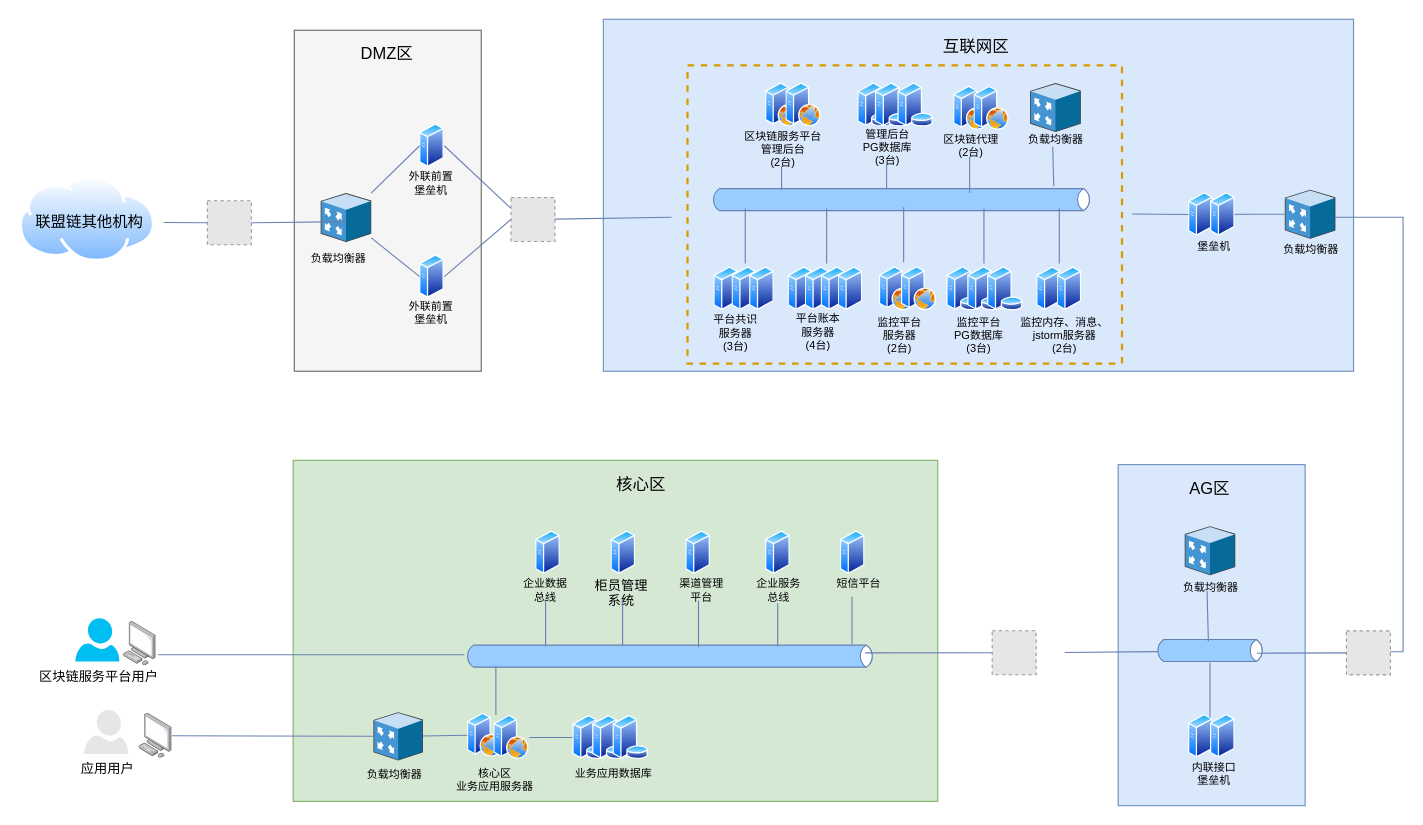
The draw.io diagram repository/drawio/postb/联盟链部署全局视图_new.drawio in dilide/collections, before the edit. Source tidied: cells renumbered, new cells numbered last; positions are measured from the earlier drawing's top-left corner, leaving out a move shared by most shapes. Both pictures are drawn from the tidied source at 110%, with x=0, y=0 at pixel (19, 19). Pictures stored in the file or linked from it are replaced by grey dashed boxes.
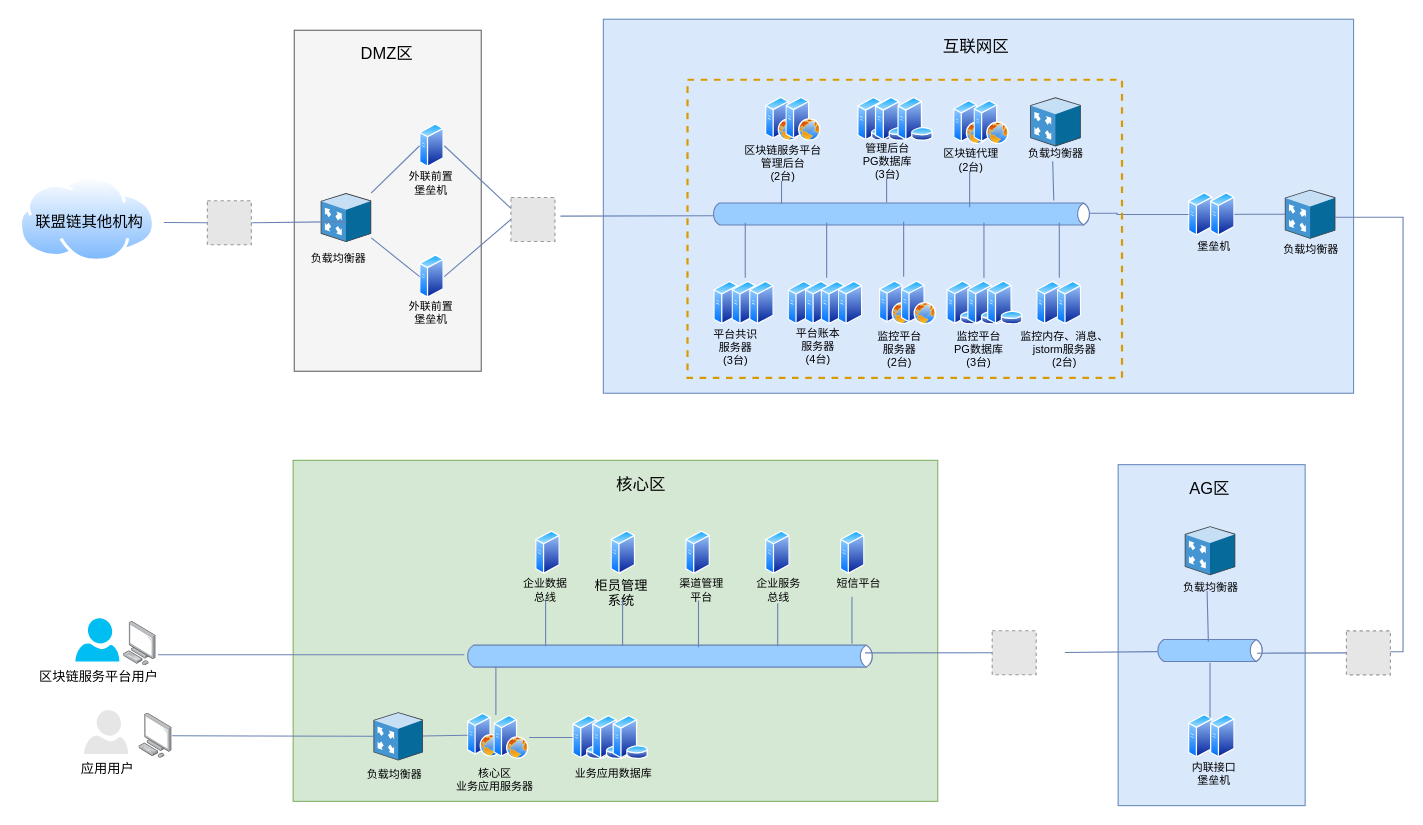
After the change.

Commit message (it also covers changes not shown here):
Update 联盟链部署全局视图_new.drawio

Unchanged cells that the change refers to:
```xml
<mxCell id="10" style="fillColor=#E6E6E6;strokeColor=#999999;dashed=1;html=1;verticalAlign=top;verticalLabelPosition=bottom;labelBackgroundColor=#ffffff;fontSize=12;align=center;" parent="1" vertex="1">
  <mxGeometry x="447" y="162" width="40" height="40" as="geometry" />
</mxCell>
<mxCell id="81" style="perimeter=ellipsePerimeter;html=1;align=center;shadow=0;dashed=0;spacingTop=3;image;image=img/lib/active_directory/generic_server.svg;strokeColor=#6881B3;strokeWidth=1;fillColor=#99CCFF;fontSize=8;" parent="80" vertex="1">
  <mxGeometry width="22.4" height="40" as="geometry" />
</mxCell>
```

What changed in the source:
```diff
@@
     <mxCell id="2" style="rounded=0;whiteSpace=wrap;html=1;strokeColor=#6c8ebf;strokeWidth=1;fillColor=#dae8fc;fontSize=12;align=center;" parent="1" vertex="1">
-      <mxGeometry x="531" width="682" height="320" as="geometry" />
+      <mxGeometry x="531" width="682" height="340" as="geometry" />
     </mxCell>
@@
-    <mxCell id="12" style="endArrow=none;html=1;strokeColor=#6881B3;strokeWidth=1;fontSize=12;" parent="1" edge="1" source="10">
+    <mxCell id="12" style="endArrow=none;html=1;strokeColor=#6881B3;strokeWidth=1;fontSize=12;entryX=0.009;entryY=0.667;entryDx=0;entryDy=0;entryPerimeter=0;" parent="1" edge="1" target="88">
       <mxGeometry relative="1" as="geometry">
-        <mxPoint x="593" y="180" as="targetPoint" />
+        <mxPoint x="492" y="179" as="sourcePoint" />
       </mxGeometry>
     </mxCell>
@@
-    <mxCell id="84" style="edgeStyle=orthogonalEdgeStyle;rounded=0;jettySize=auto;html=1;exitX=0;exitY=0.5;exitDx=0;exitDy=0;entryX=0.985;entryY=0.2;entryDx=0;entryDy=0;entryPerimeter=0;endArrow=none;endFill=0;strokeColor=#6881B3;fontSize=10;" parent="1" edge="1" source="81">
+    <mxCell id="84" style="edgeStyle=orthogonalEdgeStyle;rounded=0;jettySize=auto;html=1;exitX=0;exitY=0.5;exitDx=0;exitDy=0;endArrow=none;endFill=0;strokeColor=#6881B3;fontSize=10;entryX=0.984;entryY=0.433;entryDx=0;entryDy=0;entryPerimeter=0;" parent="1" edge="1" source="81" target="88">
       <mxGeometry relative="1" as="geometry">
-        <mxPoint x="1011.7" y="177" as="targetPoint" />
+        <Array as="points">
+          <mxPoint x="998" y="177" />
+          <mxPoint x="998" y="177" />
+        </Array>
       </mxGeometry>
     </mxCell>
@@
     <mxCell id="87" style="rounded=0;whiteSpace=wrap;html=1;fillColor=none;fontSize=10;dashed=1;strokeColor=#d79b00;strokeWidth=2;" parent="1" vertex="1">
-      <mxGeometry x="607.5" y="42" width="395" height="271" as="geometry" />
+      <mxGeometry x="607.5" y="55" width="395" height="271" as="geometry" />
     </mxCell>
     <mxCell id="88" style="html=1;fillColor=#99CCFF;strokeColor=#6881B3;gradientColor=none;gradientDirection=north;strokeWidth=1;shape=mxgraph.networks.bus;gradientColor=none;gradientDirection=north;fontColor=#ffffff;perimeter=backbonePerimeter;backboneSize=20;align=center;fontSize=12;" parent="1" vertex="1">
-      <mxGeometry x="628.5" y="159" width="347" height="10" as="geometry" />
+      <mxGeometry x="628.5" y="172" width="347" height="10" as="geometry" />
     </mxCell>
     <mxCell id="89" style="strokeColor=#6881B3;edgeStyle=none;rounded=0;endArrow=none;html=1;strokeWidth=1;fontSize=12;" parent="1" edge="1">
       <mxGeometry relative="1" as="geometry">
-        <mxPoint x="693" y="112" as="sourcePoint" />
-        <mxPoint x="693" y="154.9" as="targetPoint" />
+        <mxPoint x="693" y="125" as="sourcePoint" />
+        <mxPoint x="693" y="167.9" as="targetPoint" />
       </mxGeometry>
     </mxCell>
     <mxCell id="90" style="strokeColor=#6881B3;edgeStyle=none;rounded=0;endArrow=none;html=1;strokeWidth=1;fontSize=12;" parent="1" edge="1">
       <mxGeometry relative="1" as="geometry">
-        <mxPoint x="788.5" y="111.5" as="sourcePoint" />
-        <mxPoint x="788.5" y="153.7" as="targetPoint" />
+        <mxPoint x="788.5" y="124.5" as="sourcePoint" />
+        <mxPoint x="788.5" y="166.7" as="targetPoint" />
       </mxGeometry>
     </mxCell>
     <mxCell id="91" style="strokeColor=#6881B3;edgeStyle=none;rounded=0;endArrow=none;html=1;strokeWidth=1;fontSize=12;" parent="1" edge="1">
       <mxGeometry relative="1" as="geometry">
-        <mxPoint x="660" y="222" as="sourcePoint" />
-        <mxPoint x="660" y="172" as="targetPoint" />
+        <mxPoint x="660" y="235" as="sourcePoint" />
+        <mxPoint x="660" y="185" as="targetPoint" />
       </mxGeometry>
     </mxCell>
     <mxCell id="92" value="区块链服务平台&lt;br&gt;管理后台&lt;br&gt;(2台)" style="text;html=1;align=center;verticalAlign=top;spacingTop=-4;fontSize=10;fillColor=#DAE8FC;" parent="1" vertex="1">
-      <mxGeometry x="654" y="98" width="80" height="36" as="geometry" />
+      <mxGeometry x="654" y="111" width="80" height="36" as="geometry" />
     </mxCell>
     <mxCell id="93" value="平台共识&lt;br&gt;服务器&lt;br&gt;(3台)" style="text;html=1;align=center;verticalAlign=top;spacingTop=-4;fontSize=10;" parent="1" vertex="1">
-      <mxGeometry x="625.5" y="265" width="50" height="36" as="geometry" />
+      <mxGeometry x="625.5" y="278" width="50" height="36" as="geometry" />
     </mxCell>
     <mxCell id="94" style="perimeter=ellipsePerimeter;html=1;align=center;shadow=0;dashed=0;spacingTop=3;image;image=img/lib/active_directory/generic_server.svg;strokeColor=#6881B3;strokeWidth=1;fillColor=#99CCFF;fontSize=8;" parent="1" vertex="1">
-      <mxGeometry x="631.5" y="225" width="22.4" height="40" as="geometry" />
+      <mxGeometry x="631.5" y="238" width="22.4" height="40" as="geometry" />
     </mxCell>
     <mxCell id="95" value="平台账本&lt;br&gt;服务器&lt;br&gt;(4台)" style="text;html=1;align=center;verticalAlign=top;spacingTop=-4;fontSize=10;" parent="1" vertex="1">
-      <mxGeometry x="700.5" y="264" width="50" height="36" as="geometry" />
+      <mxGeometry x="700.5" y="277" width="50" height="36" as="geometry" />
     </mxCell>
     <mxCell id="96" style="perimeter=ellipsePerimeter;html=1;align=center;shadow=0;dashed=0;spacingTop=3;image;image=img/lib/active_directory/web_server.svg;strokeColor=#6881B3;strokeWidth=1;fillColor=#99CCFF;fontSize=12;" parent="1" vertex="1">
-      <mxGeometry x="678.5" y="58" width="32" height="40" as="geometry" />
+      <mxGeometry x="678.5" y="71" width="32" height="40" as="geometry" />
     </mxCell>
     <mxCell id="97" style="perimeter=ellipsePerimeter;html=1;align=center;shadow=0;dashed=0;spacingTop=3;image;image=img/lib/active_directory/web_server.svg;strokeColor=#6881B3;strokeWidth=1;fillColor=#99CCFF;fontSize=12;" parent="1" vertex="1">
-      <mxGeometry x="697" y="58" width="32" height="40" as="geometry" />
+      <mxGeometry x="697" y="71" width="32" height="40" as="geometry" />
     </mxCell>
     <mxCell id="98" style="perimeter=ellipsePerimeter;html=1;align=center;shadow=0;dashed=0;spacingTop=3;image;image=img/lib/active_directory/database_server.svg;strokeColor=#6881B3;strokeWidth=1;fillColor=#99CCFF;fontSize=8;" parent="1" vertex="1">
-      <mxGeometry x="762" y="58" width="32.8" height="40" as="geometry" />
+      <mxGeometry x="762" y="71" width="32.8" height="40" as="geometry" />
     </mxCell>
     <mxCell id="99" value="管理后台&lt;br style=&quot;font-size: 10px&quot;&gt;PG数据库&lt;br&gt;(3台)" style="text;html=1;align=center;verticalAlign=top;spacingTop=-4;fillColor=#DAE8FC;fontSize=10;" parent="1" vertex="1">
-      <mxGeometry x="762" y="96" width="54" height="36" as="geometry" />
+      <mxGeometry x="762" y="109" width="54" height="36" as="geometry" />
     </mxCell>
     <mxCell id="100" style="perimeter=ellipsePerimeter;html=1;align=center;shadow=0;dashed=0;spacingTop=3;image;image=img/lib/active_directory/database_server.svg;strokeColor=#6881B3;strokeWidth=1;fillColor=#99CCFF;fontSize=8;" parent="1" vertex="1">
-      <mxGeometry x="778" y="58" width="32.8" height="40" as="geometry" />
+      <mxGeometry x="778" y="71" width="32.8" height="40" as="geometry" />
     </mxCell>
     <mxCell id="101" style="perimeter=ellipsePerimeter;html=1;align=center;shadow=0;dashed=0;spacingTop=3;image;image=img/lib/active_directory/database_server.svg;strokeColor=#6881B3;strokeWidth=1;fillColor=#99CCFF;fontSize=8;" parent="1" vertex="1">
-      <mxGeometry x="798.5" y="58" width="32.8" height="40" as="geometry" />
+      <mxGeometry x="798.5" y="71" width="32.8" height="40" as="geometry" />
     </mxCell>
     <mxCell id="102" style="perimeter=ellipsePerimeter;html=1;align=center;shadow=0;dashed=0;spacingTop=3;image;image=img/lib/active_directory/generic_server.svg;strokeColor=#6881B3;strokeWidth=1;fillColor=#99CCFF;fontSize=8;" parent="1" vertex="1">
-      <mxGeometry x="648" y="225" width="22.4" height="40" as="geometry" />
+      <mxGeometry x="648" y="238" width="22.4" height="40" as="geometry" />
     </mxCell>
     <mxCell id="103" style="strokeColor=#6881B3;edgeStyle=none;rounded=0;endArrow=none;html=1;strokeWidth=1;fontSize=12;" parent="1" edge="1">
       <mxGeometry relative="1" as="geometry">
-        <mxPoint x="734" y="222" as="sourcePoint" />
-        <mxPoint x="734" y="172" as="targetPoint" />
+        <mxPoint x="734" y="235" as="sourcePoint" />
+        <mxPoint x="734" y="185" as="targetPoint" />
       </mxGeometry>
     </mxCell>
     <mxCell id="104" style="perimeter=ellipsePerimeter;html=1;align=center;shadow=0;dashed=0;spacingTop=3;image;image=img/lib/active_directory/generic_server.svg;strokeColor=#6881B3;strokeWidth=1;fillColor=#99CCFF;fontSize=8;" parent="1" vertex="1">
-      <mxGeometry x="664" y="225" width="22.4" height="40" as="geometry" />
+      <mxGeometry x="664" y="238" width="22.4" height="40" as="geometry" />
     </mxCell>
     <mxCell id="105" style="perimeter=ellipsePerimeter;html=1;align=center;shadow=0;dashed=0;spacingTop=3;image;image=img/lib/active_directory/generic_server.svg;strokeColor=#6881B3;strokeWidth=1;fillColor=#99CCFF;fontSize=8;" parent="1" vertex="1">
-      <mxGeometry x="699" y="225" width="22.4" height="40" as="geometry" />
+      <mxGeometry x="699" y="238" width="22.4" height="40" as="geometry" />
     </mxCell>
     <mxCell id="106" style="strokeColor=#6881B3;edgeStyle=none;rounded=0;endArrow=none;html=1;strokeWidth=1;fontSize=12;" parent="1" edge="1">
       <mxGeometry relative="1" as="geometry">
-        <mxPoint x="804" y="221" as="sourcePoint" />
-        <mxPoint x="804" y="171" as="targetPoint" />
+        <mxPoint x="804" y="234" as="sourcePoint" />
+        <mxPoint x="804" y="184" as="targetPoint" />
         <Array as="points">
-          <mxPoint x="804" y="201" />
+          <mxPoint x="804" y="214" />
         </Array>
       </mxGeometry>
     </mxCell>
     <mxCell id="107" style="perimeter=ellipsePerimeter;html=1;align=center;shadow=0;dashed=0;spacingTop=3;image;image=img/lib/active_directory/generic_server.svg;strokeColor=#6881B3;strokeWidth=1;fillColor=#99CCFF;fontSize=8;" parent="1" vertex="1">
-      <mxGeometry x="714.5" y="225" width="22.4" height="40" as="geometry" />
+      <mxGeometry x="714.5" y="238" width="22.4" height="40" as="geometry" />
     </mxCell>
     <mxCell id="108" style="strokeColor=#6881B3;edgeStyle=none;rounded=0;endArrow=none;html=1;strokeWidth=1;fontSize=12;" parent="1" edge="1">
       <mxGeometry relative="1" as="geometry">
-        <mxPoint x="877" y="222" as="sourcePoint" />
-        <mxPoint x="877" y="172" as="targetPoint" />
+        <mxPoint x="877" y="235" as="sourcePoint" />
+        <mxPoint x="877" y="185" as="targetPoint" />
         <Array as="points">
-          <mxPoint x="877" y="202" />
+          <mxPoint x="877" y="215" />
         </Array>
       </mxGeometry>
     </mxCell>
     <mxCell id="109" style="perimeter=ellipsePerimeter;html=1;align=center;shadow=0;dashed=0;spacingTop=3;image;image=img/lib/active_directory/generic_server.svg;strokeColor=#6881B3;strokeWidth=1;fillColor=#99CCFF;fontSize=8;" parent="1" vertex="1">
-      <mxGeometry x="729" y="225" width="22.4" height="40" as="geometry" />
+      <mxGeometry x="729" y="238" width="22.4" height="40" as="geometry" />
     </mxCell>
     <mxCell id="110" style="strokeColor=#6881B3;edgeStyle=none;rounded=0;endArrow=none;html=1;strokeWidth=1;fontSize=12;" parent="1" edge="1">
       <mxGeometry relative="1" as="geometry">
-        <mxPoint x="945.5" y="222" as="sourcePoint" />
-        <mxPoint x="945.5" y="172" as="targetPoint" />
+        <mxPoint x="945.5" y="235" as="sourcePoint" />
+        <mxPoint x="945.5" y="185" as="targetPoint" />
         <Array as="points">
-          <mxPoint x="945.5" y="202" />
+          <mxPoint x="945.5" y="215" />
         </Array>
       </mxGeometry>
     </mxCell>
     <mxCell id="111" style="perimeter=ellipsePerimeter;html=1;align=center;shadow=0;dashed=0;spacingTop=3;image;image=img/lib/active_directory/generic_server.svg;strokeColor=#6881B3;strokeWidth=1;fillColor=#99CCFF;fontSize=8;" parent="1" vertex="1">
-      <mxGeometry x="744.5" y="225" width="22.4" height="40" as="geometry" />
+      <mxGeometry x="744.5" y="238" width="22.4" height="40" as="geometry" />
     </mxCell>
     <mxCell id="112" style="shadow=0;dashed=0;html=1;labelPosition=center;verticalLabelPosition=bottom;verticalAlign=top;align=center;shape=mxgraph.veeam.3d.proxy_appliance;direction=east;" parent="1" vertex="1">
-      <mxGeometry x="919" y="58" width="46" height="44.6" as="geometry" />
+      <mxGeometry x="919" y="71" width="46" height="44.6" as="geometry" />
     </mxCell>
     <mxCell id="113" value="负载均衡器" style="text;html=1;align=center;verticalAlign=top;spacingTop=-4;fontSize=10;" parent="1" vertex="1">
-      <mxGeometry x="912" y="101" width="60" height="10" as="geometry" />
+      <mxGeometry x="912" y="114" width="60" height="10" as="geometry" />
     </mxCell>
     <mxCell id="114" style="endArrow=none;html=1;strokeColor=#6881B3;strokeWidth=1;fontSize=8;exitX=0.485;exitY=-0.318;exitDx=0;exitDy=0;exitPerimeter=0;" parent="1" edge="1">
       <mxGeometry relative="1" as="geometry">
-        <mxPoint x="940.5" y="151.8" as="sourcePoint" />
-        <mxPoint x="939.5" y="116" as="targetPoint" />
+        <mxPoint x="940.5" y="164.8" as="sourcePoint" />
+        <mxPoint x="939.5" y="129" as="targetPoint" />
       </mxGeometry>
     </mxCell>
     <mxCell id="115" style="perimeter=ellipsePerimeter;html=1;align=center;shadow=0;dashed=0;spacingTop=3;image;image=img/lib/active_directory/web_server.svg;strokeColor=#6881B3;strokeWidth=1;fillColor=#99CCFF;fontSize=12;" parent="1" vertex="1">
-      <mxGeometry x="782" y="225" width="32" height="40" as="geometry" />
+      <mxGeometry x="782" y="238" width="32" height="40" as="geometry" />
     </mxCell>
     <mxCell id="116" style="perimeter=ellipsePerimeter;html=1;align=center;shadow=0;dashed=0;spacingTop=3;image;image=img/lib/active_directory/web_server.svg;strokeColor=#6881B3;strokeWidth=1;fillColor=#99CCFF;fontSize=12;" parent="1" vertex="1">
-      <mxGeometry x="802" y="225" width="32" height="40" as="geometry" />
+      <mxGeometry x="802" y="238" width="32" height="40" as="geometry" />
     </mxCell>
     <mxCell id="117" value="监控平台&lt;br&gt;服务器&lt;br&gt;(2台)" style="text;html=1;align=center;verticalAlign=top;spacingTop=-4;fontSize=10;" parent="1" vertex="1">
-      <mxGeometry x="775" y="267" width="50" height="36" as="geometry" />
+      <mxGeometry x="775" y="280" width="50" height="36" as="geometry" />
     </mxCell>
     <mxCell id="118" style="perimeter=ellipsePerimeter;html=1;align=center;shadow=0;dashed=0;spacingTop=3;image;image=img/lib/active_directory/database_server.svg;strokeColor=#6881B3;strokeWidth=1;fillColor=#99CCFF;fontSize=8;" parent="1" vertex="1">
-      <mxGeometry x="843" y="225" width="32.8" height="40" as="geometry" />
+      <mxGeometry x="843" y="238" width="32.8" height="40" as="geometry" />
     </mxCell>
     <mxCell id="119" style="perimeter=ellipsePerimeter;html=1;align=center;shadow=0;dashed=0;spacingTop=3;image;image=img/lib/active_directory/database_server.svg;strokeColor=#6881B3;strokeWidth=1;fillColor=#99CCFF;fontSize=8;" parent="1" vertex="1">
-      <mxGeometry x="862" y="225" width="32.8" height="40" as="geometry" />
+      <mxGeometry x="862" y="238" width="32.8" height="40" as="geometry" />
     </mxCell>
     <mxCell id="120" style="perimeter=ellipsePerimeter;html=1;align=center;shadow=0;dashed=0;spacingTop=3;image;image=img/lib/active_directory/database_server.svg;strokeColor=#6881B3;strokeWidth=1;fillColor=#99CCFF;fontSize=8;" parent="1" vertex="1">
-      <mxGeometry x="880" y="225" width="32.8" height="40" as="geometry" />
+      <mxGeometry x="880" y="238" width="32.8" height="40" as="geometry" />
     </mxCell>
     <mxCell id="121" value="监控平台&lt;br&gt;PG数据库&lt;br&gt;(3台)" style="text;html=1;align=center;verticalAlign=top;spacingTop=-4;fontSize=10;" parent="1" vertex="1">
-      <mxGeometry x="844.5" y="267" width="54" height="36" as="geometry" />
+      <mxGeometry x="844.5" y="280" width="54" height="36" as="geometry" />
     </mxCell>
     <mxCell id="122" style="perimeter=ellipsePerimeter;html=1;align=center;shadow=0;dashed=0;spacingTop=3;image;image=img/lib/active_directory/generic_server.svg;strokeColor=#6881B3;strokeWidth=1;fillColor=#99CCFF;fontSize=8;" parent="1" vertex="1">
-      <mxGeometry x="925" y="225" width="22.4" height="40" as="geometry" />
+      <mxGeometry x="925" y="238" width="22.4" height="40" as="geometry" />
     </mxCell>
     <mxCell id="123" style="perimeter=ellipsePerimeter;html=1;align=center;shadow=0;dashed=0;spacingTop=3;image;image=img/lib/active_directory/generic_server.svg;strokeColor=#6881B3;strokeWidth=1;fillColor=#99CCFF;fontSize=8;" parent="1" vertex="1">
-      <mxGeometry x="943.5" y="225" width="22.4" height="40" as="geometry" />
+      <mxGeometry x="943.5" y="238" width="22.4" height="40" as="geometry" />
     </mxCell>
     <mxCell id="124" value="监控内存、消息、&lt;br&gt;jstorm服务器&lt;br&gt;(2台)" style="text;html=1;align=center;verticalAlign=top;spacingTop=-4;fontSize=10;" parent="1" vertex="1">
-      <mxGeometry x="905" y="267" width="90" height="36" as="geometry" />
+      <mxGeometry x="905" y="280" width="90" height="36" as="geometry" />
     </mxCell>
     <mxCell id="125" style="strokeColor=#6881B3;edgeStyle=none;rounded=0;endArrow=none;html=1;strokeWidth=1;fontSize=12;" parent="1" edge="1">
       <mxGeometry relative="1" as="geometry">
-        <mxPoint x="864" y="115" as="sourcePoint" />
-        <mxPoint x="864" y="157.9" as="targetPoint" />
+        <mxPoint x="864" y="128" as="sourcePoint" />
+        <mxPoint x="864" y="170.9" as="targetPoint" />
       </mxGeometry>
     </mxCell>
     <mxCell id="126" value="区块链代理&lt;br&gt;(2台)" style="text;html=1;align=center;verticalAlign=top;spacingTop=-4;fontSize=10;fillColor=#DAE8FC;" parent="1" vertex="1">
-      <mxGeometry x="835" y="101" width="60" height="24" as="geometry" />
+      <mxGeometry x="835" y="114" width="60" height="24" as="geometry" />
     </mxCell>
     <mxCell id="127" style="perimeter=ellipsePerimeter;html=1;align=center;shadow=0;dashed=0;spacingTop=3;image;image=img/lib/active_directory/web_server.svg;strokeColor=#6881B3;strokeWidth=1;fillColor=#99CCFF;fontSize=12;" parent="1" vertex="1">
-      <mxGeometry x="849.5" y="61" width="32" height="40" as="geometry" />
+      <mxGeometry x="849.5" y="74" width="32" height="40" as="geometry" />
     </mxCell>
     <mxCell id="128" style="perimeter=ellipsePerimeter;html=1;align=center;shadow=0;dashed=0;spacingTop=3;image;image=img/lib/active_directory/web_server.svg;strokeColor=#6881B3;strokeWidth=1;fillColor=#99CCFF;fontSize=12;" parent="1" vertex="1">
-      <mxGeometry x="868" y="61" width="32" height="40" as="geometry" />
+      <mxGeometry x="868" y="74" width="32" height="40" as="geometry" />
     </mxCell>
```
